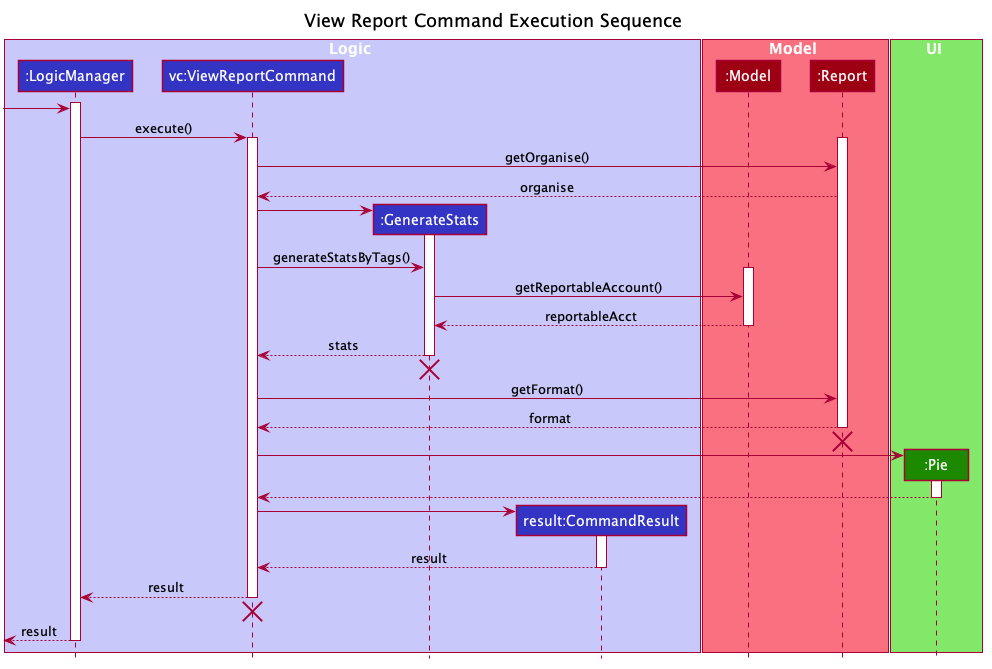
The PlantUML diagram images/ReportViewExecution.png in AY1920S2-CS2103T-T10-3/main, before a commit. The source it was exported from:
```plantuml
@startuml








skinparam BackgroundColor #FFFFFFF

skinparam Shadowing false

skinparam Class {
    FontColor #FFFFFF
    BorderThickness 1
    BorderColor #FFFFFF
    StereotypeFontColor #FFFFFF
    FontName Arial
}

skinparam Actor {
    BorderColor #000000
    Color #000000
    FontName Arial
}

skinparam Sequence {
    MessageAlign center
    BoxFontSize 15
    BoxPadding 0
    BoxFontColor #FFFFFF
    FontName Arial
}

skinparam Participant {
    FontColor #FFFFFFF
    Padding 20
}

skinparam TextColor {
    FontColor #FFFFFF
}

skinparam MinClassWidth 50
skinparam ParticipantPadding 10
skinparam Shadowing false
skinparam DefaultTextAlignment center
skinparam packageStyle Rectangle

hide footbox
hide members
hide circle
title View Report Command Execution Sequence
box Logic #C8C8FA
participant ":LogicManager" as LogicManager #3333C4
participant "vc:ViewReportCommand" as ViewReportCommand #3333C4
participant ":GenerateStats" as GenerateStats #3333C4
participant "result:CommandResult" as CommandResult #3333C4
end box

box Model #F97181
participant ":Model" as Model #9D0012
participant ":Report" as Report #9D0012
end box

box UI #83E769
participant ":Pie" as Pie #1D8900
end box

activate LogicManager
[-> LogicManager
LogicManager -> ViewReportCommand : execute()
activate ViewReportCommand
activate Report
ViewReportCommand -> Report : getOrganise()
Report --> ViewReportCommand : organise
create GenerateStats
ViewReportCommand -> GenerateStats
activate GenerateStats
ViewReportCommand -> GenerateStats : generateStatsByTags()
activate Model
GenerateStats -> Model : getReportableAccount()
Model --> GenerateStats : reportableAcct
deactivate Model
GenerateStats --> ViewReportCommand : stats
deactivate GenerateStats
GenerateStats -[hidden]-> ViewReportCommand
destroy GenerateStats

ViewReportCommand -> Report : getFormat()
Report --> ViewReportCommand : format
deactivate Report
Report -[hidden]-> ViewReportCommand
destroy Report
create Pie
ViewReportCommand -> Pie
activate Pie
Pie --> ViewReportCommand
deactivate Pie
create CommandResult
ViewReportCommand -> CommandResult
activate CommandResult
CommandResult --> ViewReportCommand : result
deactivate CommandResult
LogicManager <-- ViewReportCommand : result
deactivate ViewReportCommand
ViewReportCommand -[hidden]-> LogicManager
destroy ViewReportCommand
[<-- LogicManager : result
deactivate LogicManager
@enduml
```
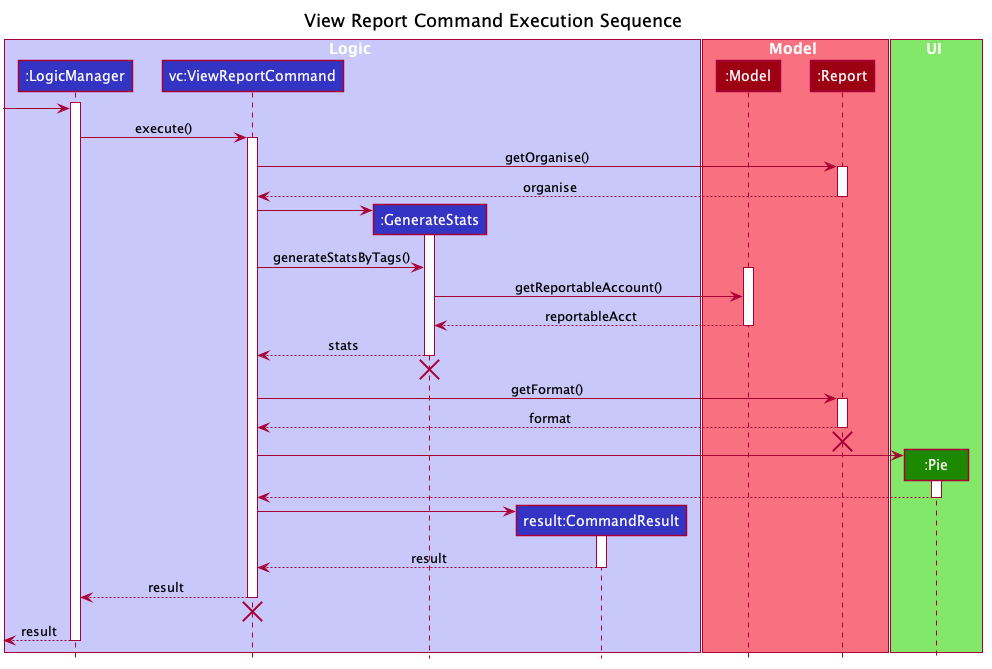
Above is the later version.

What changed in the source:
```diff
@@ -72,9 +72,10 @@
 [-> LogicManager
 LogicManager -> ViewReportCommand : execute()
 activate ViewReportCommand
+ViewReportCommand -> Report : getOrganise()
 activate Report
-ViewReportCommand -> Report : getOrganise()
 Report --> ViewReportCommand : organise
+deactivate Report
 create GenerateStats
 ViewReportCommand -> GenerateStats
 activate GenerateStats
@@ -89,6 +90,7 @@
 destroy GenerateStats
 
 ViewReportCommand -> Report : getFormat()
+activate Report
 Report --> ViewReportCommand : format
 deactivate Report
 Report -[hidden]-> ViewReportCommand
```
